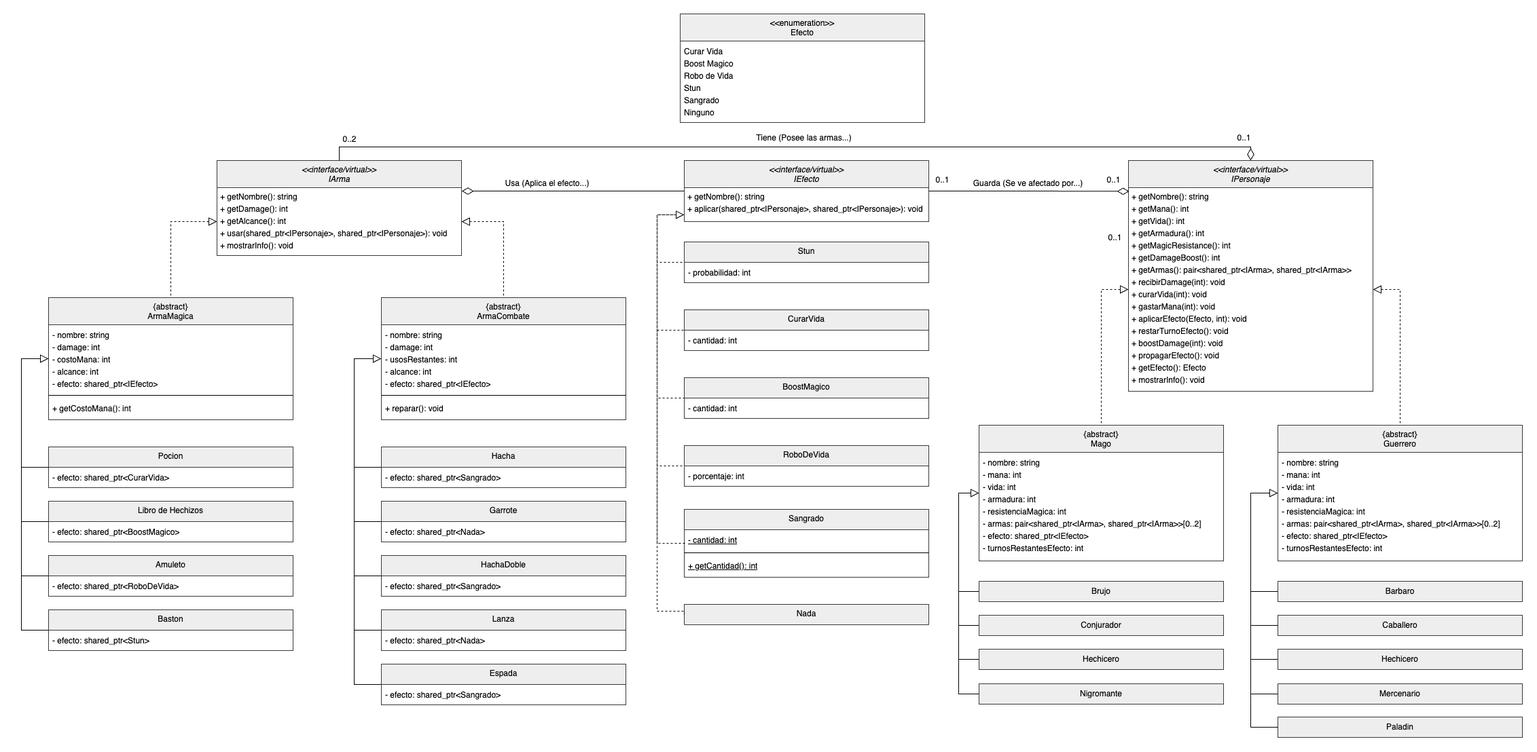
Earlier version of the draw.io export ej1/UML.png (BautyGarcia/tp1). Source tidied: cells renumbered, new cells last; positions are measured from the earlier drawing's top-left corner, leaving out a move shared by most shapes.
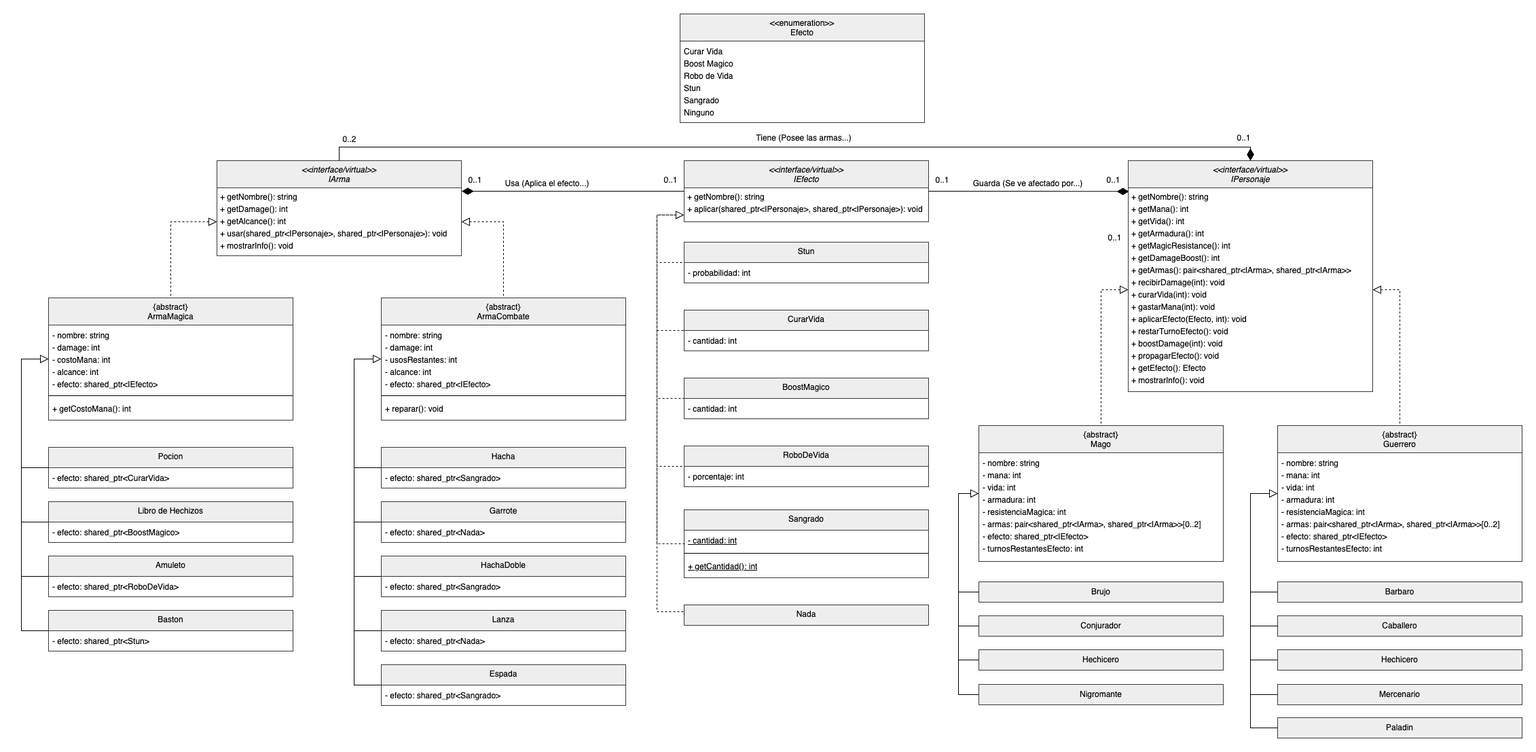
After the commit.

Commit message:
cambio uml e informe

Change to the diagram source:
```diff
@@ -154,7 +154,7 @@
         </Array>
       </mxGeometry>
     </mxCell>
-    <mxCell id="33" style="edgeStyle=orthogonalEdgeStyle;rounded=0;jettySize=auto;html=1;entryX=0.5;entryY=0;entryDx=0;entryDy=0;endArrow=diamondThin;startFill=0;startArrow=none;endFill=0;endSize=15;" parent="1" edge="1" source="34" target="2">
+    <mxCell id="33" style="edgeStyle=orthogonalEdgeStyle;rounded=0;jettySize=auto;html=1;entryX=0.5;entryY=0;entryDx=0;entryDy=0;endArrow=diamondThin;startFill=0;startArrow=none;endFill=1;endSize=15;" parent="1" edge="1" source="34" target="2">
       <mxGeometry relative="1" as="geometry">
         <Array as="points">
           <mxPoint x="468" y="196" />
@@ -426,10 +426,10 @@
         </Array>
       </mxGeometry>
     </mxCell>
-    <mxCell id="99" style="edgeStyle=orthogonalEdgeStyle;rounded=0;jettySize=auto;html=1;entryX=0.003;entryY=0.018;entryDx=0;entryDy=0;entryPerimeter=0;endArrow=diamondThin;endFill=0;endSize=15;" parent="1" edge="1" source="9" target="4">
+    <mxCell id="99" style="edgeStyle=orthogonalEdgeStyle;rounded=0;jettySize=auto;html=1;entryX=0.003;entryY=0.018;entryDx=0;entryDy=0;entryPerimeter=0;endArrow=diamondThin;endFill=1;endSize=15;" parent="1" edge="1" source="9" target="4">
       <mxGeometry relative="1" as="geometry" />
     </mxCell>
-    <mxCell id="100" style="edgeStyle=orthogonalEdgeStyle;rounded=0;jettySize=auto;html=1;entryX=1.001;entryY=0.051;entryDx=0;entryDy=0;entryPerimeter=0;endArrow=diamondThin;endFill=0;endSize=15;" parent="1" edge="1" source="9" target="36">
+    <mxCell id="100" style="edgeStyle=orthogonalEdgeStyle;rounded=0;jettySize=auto;html=1;entryX=1.001;entryY=0.051;entryDx=0;entryDy=0;entryPerimeter=0;endArrow=diamondThin;endFill=1;endSize=15;" parent="1" edge="1" source="9" target="36">
       <mxGeometry relative="1" as="geometry" />
     </mxCell>
     <mxCell id="101" value="Guarda (Se ve afectado por...)" style="text;html=1;align=center;verticalAlign=middle;strokeColor=none;fillColor=none;" parent="1" vertex="1">
@@ -441,5 +441,11 @@
     <mxCell id="103" value="Tiene (Posee las armas...)" style="text;html=1;align=center;verticalAlign=middle;strokeColor=none;fillColor=none;" parent="1" vertex="1">
       <mxGeometry x="1073" y="170" width="158" height="26" as="geometry" />
     </mxCell>
+    <mxCell id="104" value="0..1" style="text;html=1;align=center;verticalAlign=middle;strokeColor=none;fillColor=none;" parent="1" vertex="1">
+      <mxGeometry x="936" y="230" width="40" height="30" as="geometry" />
+    </mxCell>
+    <mxCell id="105" value="0..1" style="text;html=1;align=center;verticalAlign=middle;strokeColor=none;fillColor=none;" parent="1" vertex="1">
+      <mxGeometry x="648" y="230" width="40" height="30" as="geometry" />
+    </mxCell>
   </root>
 </mxGraphModel>
```
